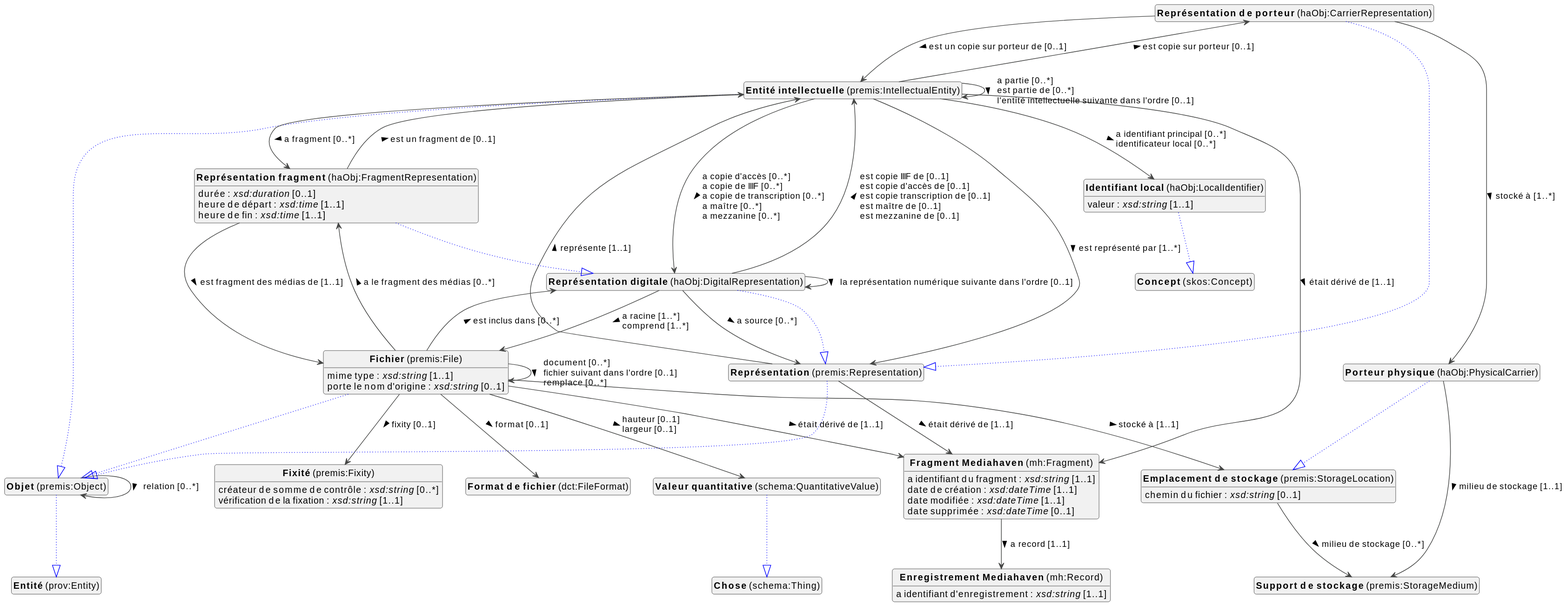
Earlier version of the PlantUML export docs/metadata/knowledge-graph/1.0.0/objects/fr/objects-diagram.svg (viaacode/documentation).
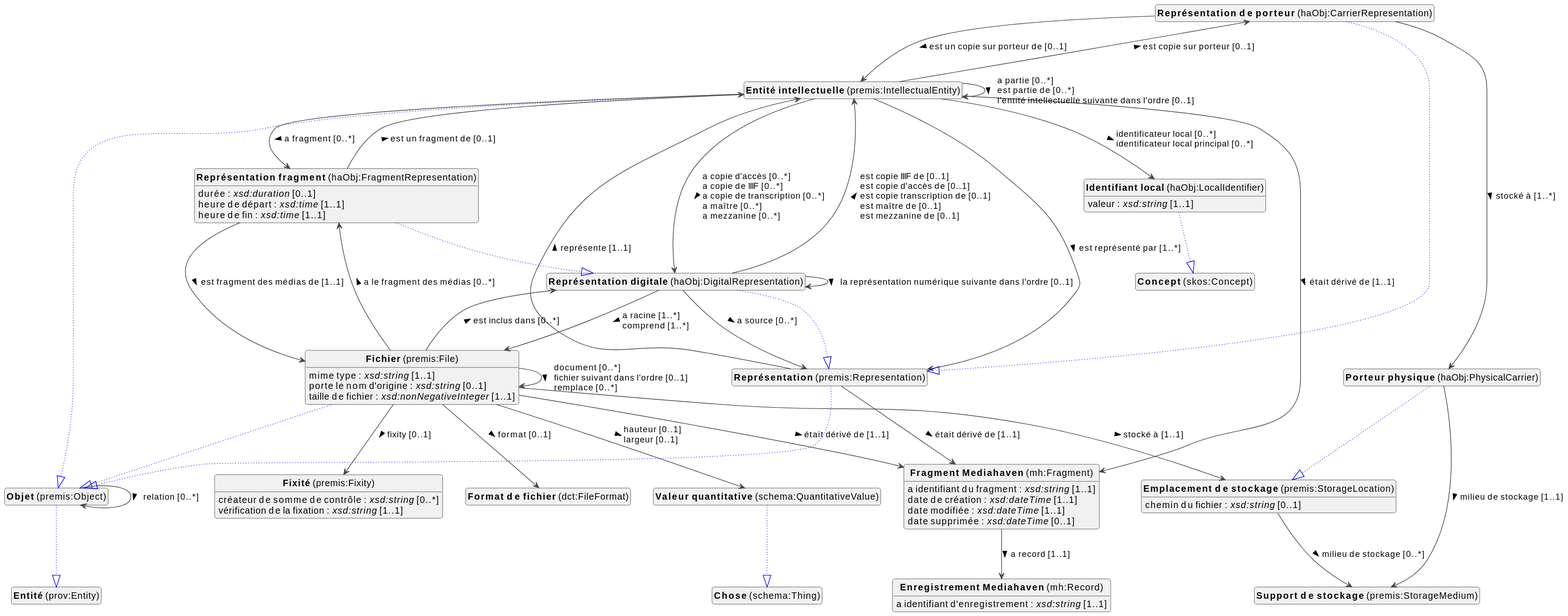
The same file after the commit.

What changed in the source:
```diff
@@ -51,16 +51,16 @@
 premis_IntellectualEntity --> haObj_CarrierRepresentation :est copie sur porteur [0..1]  >
 premis_IntellectualEntity --> haObj_DigitalRepresentation :a copie d'accès [0..*]  \la copie de IIIF [0..*]  \la copie de transcription [0..*]  \la maître [0..*]  \la mezzanine [0..*]  >
 premis_IntellectualEntity --> haObj_FragmentRepresentation :a fragment [0..*]  >
-premis_IntellectualEntity --> haObj_LocalIdentifier :a identifiant principal [0..*]  \lidentificateur local [0..*]  >
+premis_IntellectualEntity --> haObj_LocalIdentifier :identificateur local [0..*]  \lidentificateur local principal [0..*]  >
 premis_IntellectualEntity --> mh_Fragment :était dérivé de [1..1]  >
 premis_IntellectualEntity --> premis_IntellectualEntity :a partie [0..*]  \lest partie de [0..*]  \ll'entité intellectuelle suivante dans l'ordre [0..1]  >
 premis_IntellectualEntity --> premis_Representation :est représenté par [1..*]  >
 
 premis_File --|> premis_Object #blue;line.dotted;text:blue
 
-premis_File : a une taille (du fichier) : <i>xsd:nonNegativeInteger</i> [1..1]
 premis_File : mime type : <i>xsd:string</i> [1..1]
 premis_File : porte le nom d'origine : <i>xsd:string</i> [0..1]
+premis_File : taille de fichier : <i>xsd:nonNegativeInteger</i> [1..1]
 premis_File --> dct_FileFormat :format [0..1]  >
 premis_File --> haObj_DigitalRepresentation :est inclus dans [0..*]  >
 premis_File --> haObj_FragmentRepresentation :a le fragment des médias [0..*]  >
```
